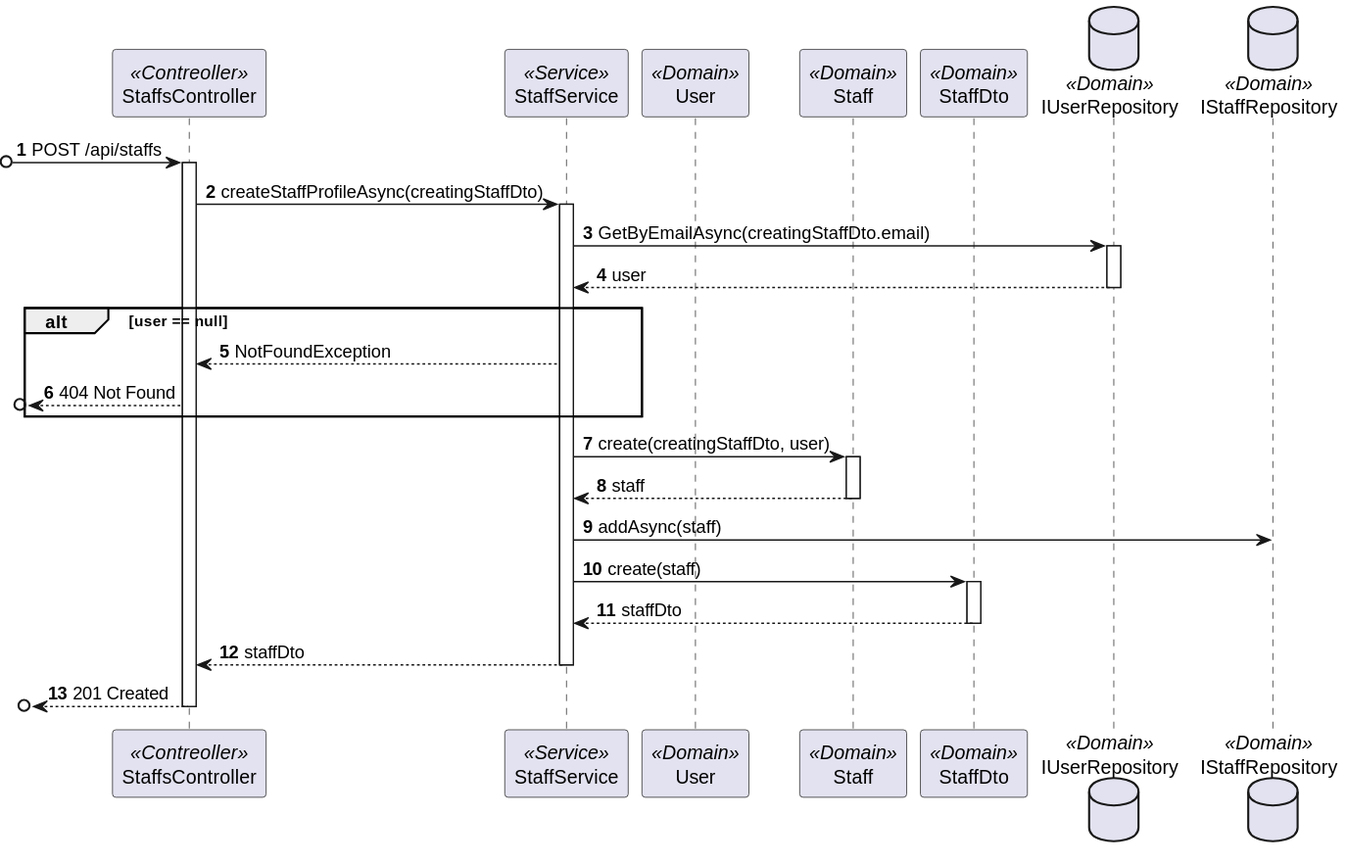
The PlantUML diagram docs/sprint-a/us-5.1.12/views/level3/process-view-2.svg in 1220846/sem5pi-24-25-3ddg20, before a commit.
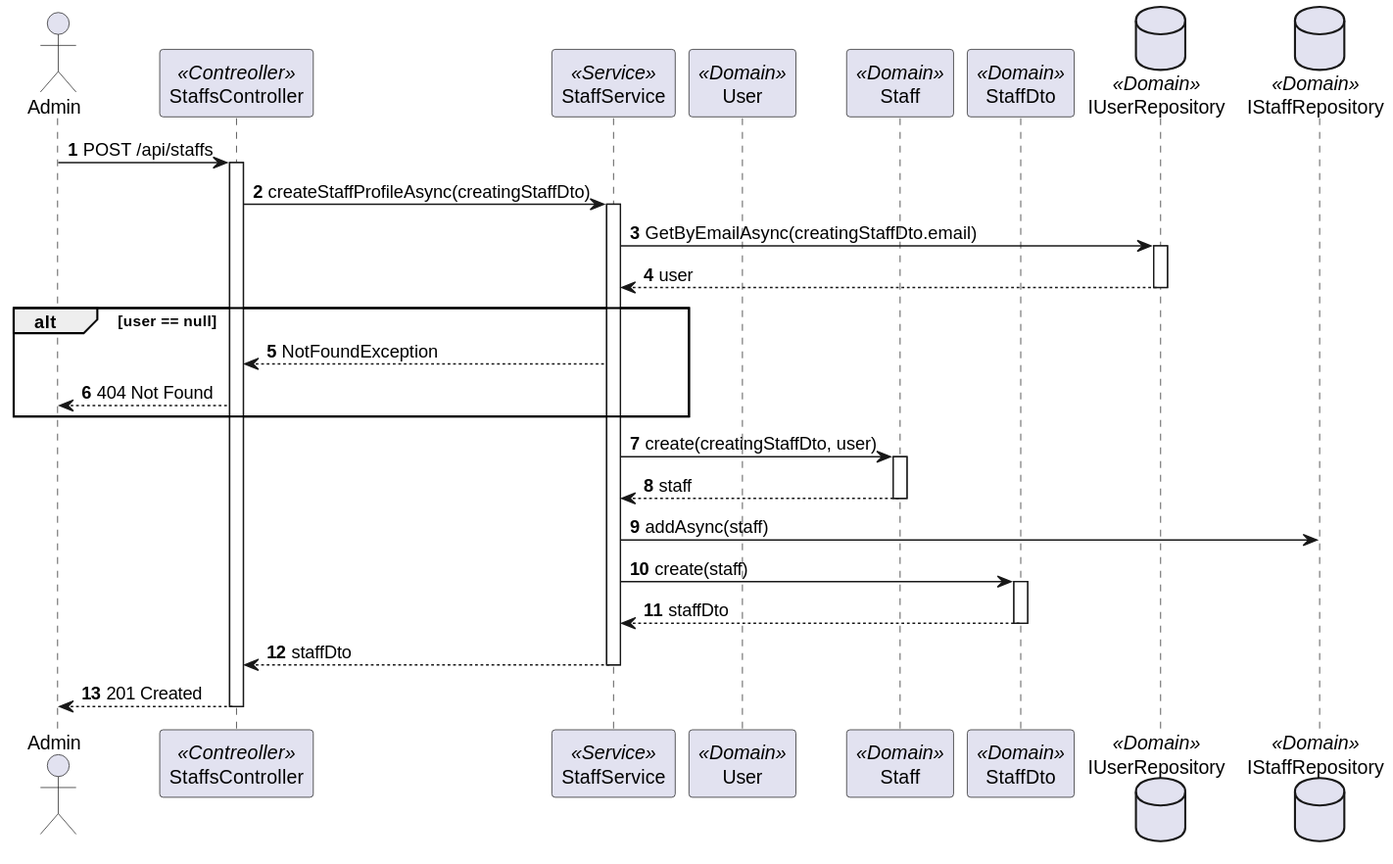
After the change.

What changed in the source:
```diff
@@ -1,6 +1,7 @@
 @startuml
 autonumber
 
+actor "Admin" as Adm
 participant "StaffsController" as Controller <<Contreoller>>
 participant "StaffService" as Service <<Service>>
 participant "User" as User <<Domain>>
@@ -10,7 +11,7 @@
 database "IStaffRepository" as StaffRepository <<Domain>>
 
 
-?o-> Controller : POST /api/staffs
+Adm -> Controller : POST /api/staffs
 activate Controller
     Controller -> Service : createStaffProfileAsync(creatingStaffDto)
     activate Service
@@ -20,7 +21,7 @@
         deactivate UserRepository
 alt user == null
         Service --> Controller : NotFoundException
-    ?o<-- Controller : 404 Not Found
+    Controller --> Adm : 404 Not Found
 end alt
         Service -> Staff : create(creatingStaffDto, user)
         activate Staff
@@ -33,6 +34,6 @@
         deactivate StaffDto
         Service --> Controller : staffDto
     deactivate Service
-    ?o<-- Controller : 201 Created
+    Controller --> Adm : 201 Created
 deactivate Controller
 @enduml
```
